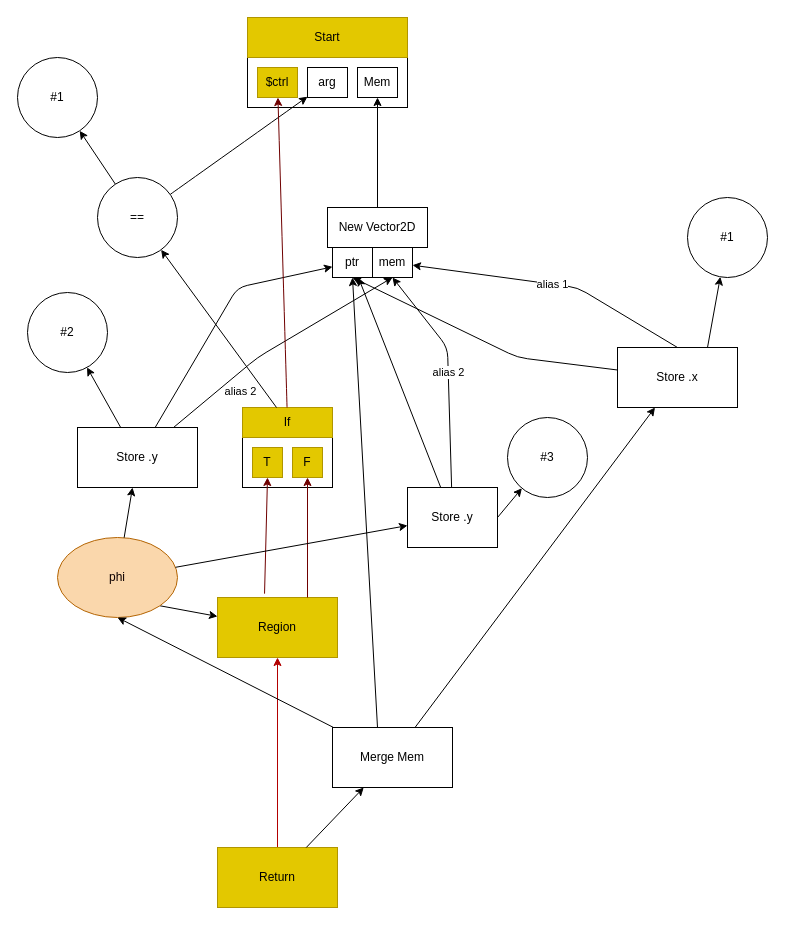
Earlier version of the draw.io diagram chapter10/docs/example1.drawio (SeaOfNodes/Simple). Source tidied: cells renumbered, new cells numbered last; positions are measured from the earlier drawing's top-left corner, leaving out a move shared by most shapes. Both pictures are drawn from the tidied source at 100%, with x=0, y=0 at pixel (17, 17).
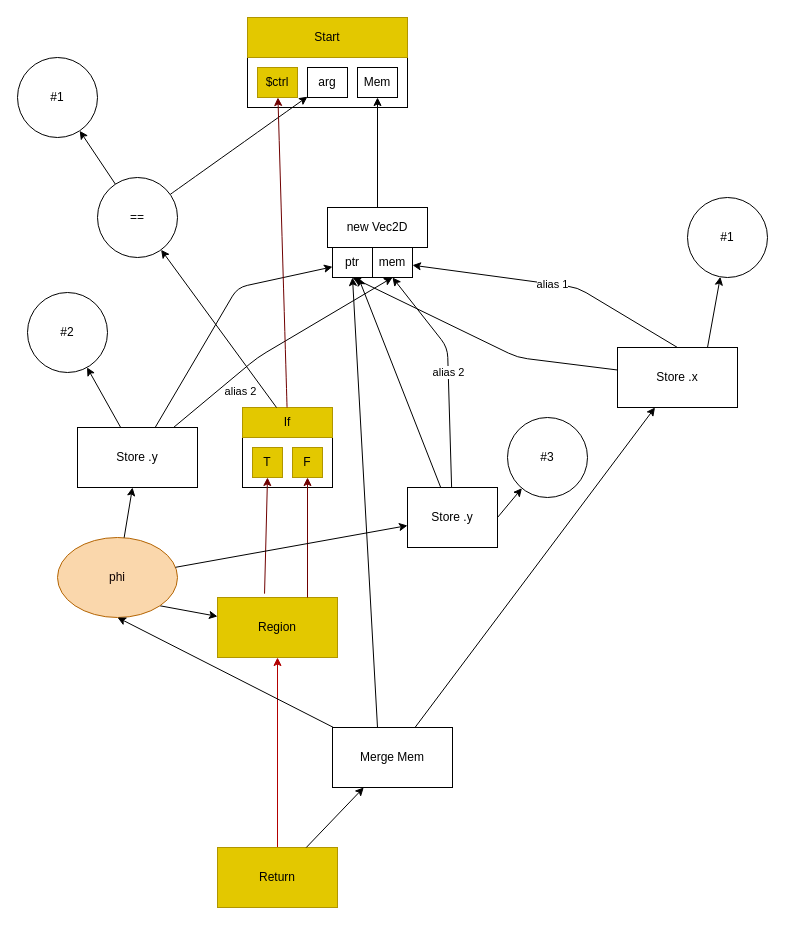
After the change.

Change to the diagram source:
```diff
@@
-    <mxCell id="8" value="New Vector2D" style="rounded=0;whiteSpace=wrap;html=1;" parent="1" vertex="1">
+    <mxCell id="8" value="new Vec2D" style="rounded=0;whiteSpace=wrap;html=1;" parent="1" vertex="1">
       <mxGeometry x="310" y="190" width="100" height="40" as="geometry" />
     </mxCell>
```
